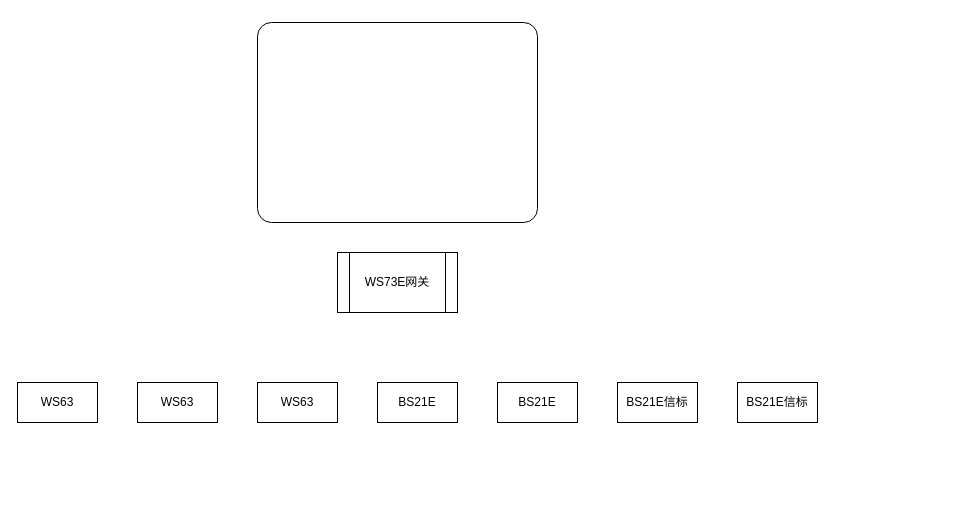
Earlier version of the draw.io diagram 一对多展品设计.drawio (GaoXiaoLon/DrawIO). Source tidied: cells renumbered, new cells numbered last; positions are measured from the earlier drawing's top-left corner, leaving out a move shared by most shapes. Both pictures are drawn from the tidied source at 100%, with x=0, y=0 at pixel (17, 22). Pictures stored in the file or linked from it are replaced by grey dashed boxes.
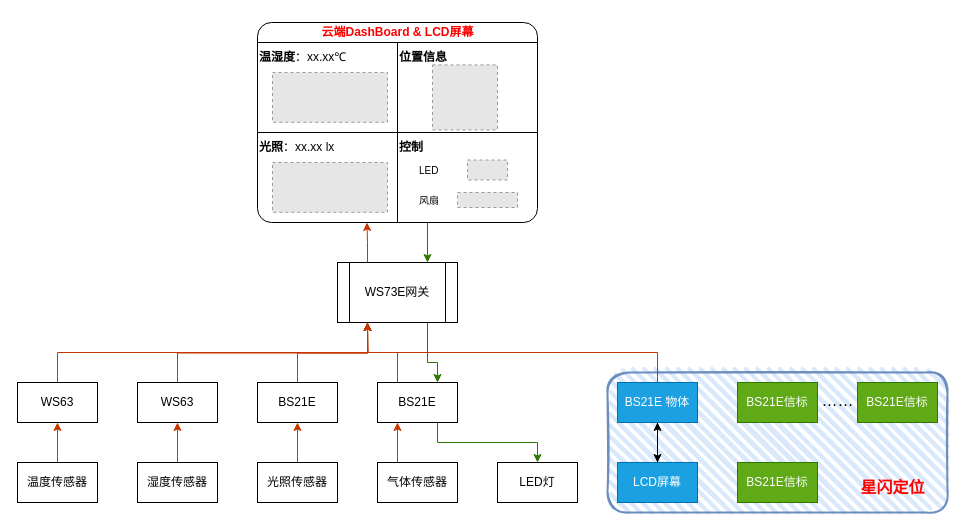
The same diagram, later.

Commit message (it also covers changes not shown here):
更新一对多展品设计.drawio

Diff of the diagram source:
```diff
@@
+    <mxCell id="11" style="rounded=1;whiteSpace=wrap;html=1;strokeWidth=2;fillWeight=4;hachureGap=8;hachureAngle=45;fillColor=#dae8fc;sketch=1;strokeColor=#6c8ebf;" parent="1" vertex="1">
+      <mxGeometry x="590" y="350" width="340" height="140" as="geometry" />
+    </mxCell>
+    <mxCell id="12" style="edgeStyle=orthogonalEdgeStyle;rounded=0;jettySize=auto;html=1;exitX=0.607;exitY=0.998;exitDx=0;exitDy=0;entryX=0.75;entryY=0;entryDx=0;entryDy=0;exitPerimeter=0;fillColor=#60a917;strokeColor=#2D7600;" parent="1" edge="1" source="2" target="3">
+      <mxGeometry relative="1" as="geometry" />
+    </mxCell>
-    <mxCell id="2" style="rounded=1;whiteSpace=wrap;html=1;arcSize=7;verticalAlign=top;" parent="1" vertex="1">
+    <mxCell id="2" style="rounded=1;whiteSpace=wrap;html=1;arcSize=7;verticalAlign=top;points=[[0,0,0,0,0],[0,0.05,0,0,0],[0,0.1,0,0,0],[0,0.15,0,0,0],[0,0.2,0,0,0],[0,0.25,0,0,0],[0,0.3,0,0,0],[0,0.35,0,0,0],[0,0.4,0,0,0],[0,0.45,0,0,0],[0,0.5,0,0,0],[0,0.55,0,0,0],[0,0.6,0,0,0],[0,0.65,0,0,0],[0,0.7,0,0,0],[0,0.75,0,0,0],[0,0.8,0,0,0],[0,0.85,0,0,0],[0,0.9,0,0,0],[0,0.95,0,0,0],[0,1,0,0,0],[0.04,0,0,0,0],[0.04,1,0,0,0],[0.07,0,0,0,0],[0.07,1,0,0,0],[0.11,0,0,0,0],[0.11,1,0,0,0],[0.14,0,0,0,0],[0.14,1,0,0,0],[0.18,0,0,0,0],[0.18,1,0,0,0],[0.21,0,0,0,0],[0.21,1,0,0,0],[0.25,0,0,0,0],[0.25,1,0,0,0],[0.29,0,0,0,0],[0.29,1,0,0,0],[0.32,0,0,0,0],[0.32,1,0,0,0],[0.36,0,0,0,0],[0.36,1,0,0,0],[0.39,0,0,0,0],[0.39,1,0,0,0],[0.43,0,0,0,0],[0.43,1,0,0,0],[0.46,0,0,0,0],[0.46,1,0,0,0],[0.5,0,0,0,0],[0.5,1,0,0,0],[0.54,0,0,0,0],[0.54,1,0,0,0],[0.57,0,0,0,0],[0.57,1,0,0,0],[0.61,0,0,0,0],[0.61,1,0,0,0],[0.64,0,0,0,0],[0.64,1,0,0,0],[0.68,0,0,0,0],[0.68,1,0,0,0],[0.71,0,0,0,0],[0.71,1,0,0,0],[0.75,0,0,0,0],[0.75,1,0,0,0],[0.79,0,0,0,0],[0.79,1,0,0,0],[0.82,0,0,0,0],[0.82,1,0,0,0],[0.86,0,0,0,0],[0.86,1,0,0,0],[0.89,0,0,0,0],[0.89,1,0,0,0],[0.93,0,0,0,0],[0.93,1,0,0,0],[0.96,0,0,0,0],[0.96,1,0,0,0],[1,0,0,0,0],[1,0.05,0,0,0],[1,0.1,0,0,0],[1,0.15,0,0,0],[1,0.2,0,0,0],[1,0.25,0,0,0],[1,0.3,0,0,0],[1,0.35,0,0,0],[1,0.4,0,0,0],[1,0.45,0,0,0],[1,0.5,0,0,0],[1,0.55,0,0,0],[1,0.6,0,0,0],[1,0.65,0,0,0],[1,0.7,0,0,0],[1,0.75,0,0,0],[1,0.8,0,0,0],[1,0.85,0,0,0],[1,0.9,0,0,0],[1,0.95,0,0,0],[1,1,0,0,0]];" parent="1" vertex="1">
       <mxGeometry x="240" width="280" height="200" as="geometry" />
     </mxCell>
+    <mxCell id="13" style="edgeStyle=orthogonalEdgeStyle;rounded=0;jettySize=auto;html=1;exitX=0.75;exitY=1;exitDx=0;exitDy=0;entryX=0.75;entryY=0;entryDx=0;entryDy=0;fillColor=#60a917;strokeColor=#2D7600;" parent="1" edge="1" source="3" target="8">
+      <mxGeometry relative="1" as="geometry">
+        <Array as="points">
+          <mxPoint x="410" y="340" />
+          <mxPoint x="420" y="340" />
+        </Array>
+      </mxGeometry>
+    </mxCell>
     <mxCell id="3" value="WS73E网关" style="shape=process;whiteSpace=wrap;html=1;backgroundOutline=1;" parent="1" vertex="1">
-      <mxGeometry x="320" y="230" width="120" height="60" as="geometry" />
+      <mxGeometry x="320" y="240" width="120" height="60" as="geometry" />
     </mxCell>
-    <mxCell id="4" value="WS63" style="rounded=0;whiteSpace=wrap;html=1;" parent="1" vertex="1">
-      <mxGeometry y="360" width="80" height="40" as="geometry" />
-    </mxCell>
+    <mxCell id="14" style="edgeStyle=orthogonalEdgeStyle;rounded=0;jettySize=auto;html=1;exitX=0.5;exitY=0;exitDx=0;exitDy=0;entryX=0.25;entryY=1;entryDx=0;entryDy=0;fillColor=#fa6800;strokeColor=#C73500;" parent="1" edge="1" source="5" target="3">
+      <mxGeometry relative="1" as="geometry" />
+    </mxCell>
     <mxCell id="5" value="WS63" style="rounded=0;whiteSpace=wrap;html=1;" parent="1" vertex="1">
-      <mxGeometry x="120" y="360" width="80" height="40" as="geometry" />
+      <mxGeometry y="360" width="80" height="40" as="geometry" />
     </mxCell>
+    <mxCell id="15" style="edgeStyle=orthogonalEdgeStyle;rounded=0;jettySize=auto;html=1;exitX=0.5;exitY=0;exitDx=0;exitDy=0;fillColor=#fa6800;strokeColor=#C73500;" parent="1" edge="1" source="6">
+      <mxGeometry relative="1" as="geometry">
+        <mxPoint x="350" y="300" as="targetPoint" />
+      </mxGeometry>
+    </mxCell>
     <mxCell id="6" value="WS63" style="rounded=0;whiteSpace=wrap;html=1;" parent="1" vertex="1">
-      <mxGeometry x="240" y="360" width="80" height="40" as="geometry" />
+      <mxGeometry x="120" y="360" width="80" height="40" as="geometry" />
     </mxCell>
+    <mxCell id="16" style="edgeStyle=orthogonalEdgeStyle;rounded=0;jettySize=auto;html=1;exitX=0.5;exitY=0;exitDx=0;exitDy=0;fillColor=#fa6800;strokeColor=#C73500;" parent="1" edge="1" source="7">
+      <mxGeometry relative="1" as="geometry">
+        <mxPoint x="350" y="300" as="targetPoint" />
+      </mxGeometry>
+    </mxCell>
     <mxCell id="7" value="BS21E" style="rounded=0;whiteSpace=wrap;html=1;" parent="1" vertex="1">
-      <mxGeometry x="360" y="360" width="80" height="40" as="geometry" />
+      <mxGeometry x="240" y="360" width="80" height="40" as="geometry" />
     </mxCell>
+    <mxCell id="17" style="edgeStyle=orthogonalEdgeStyle;rounded=0;jettySize=auto;html=1;exitX=0.75;exitY=1;exitDx=0;exitDy=0;entryX=0.5;entryY=0;entryDx=0;entryDy=0;fillColor=#60a917;strokeColor=#2D7600;" parent="1" edge="1" source="8" target="25">
+      <mxGeometry relative="1" as="geometry" />
+    </mxCell>
+    <mxCell id="18" style="edgeStyle=orthogonalEdgeStyle;rounded=0;jettySize=auto;html=1;exitX=0.25;exitY=0;exitDx=0;exitDy=0;entryX=0.25;entryY=1;entryDx=0;entryDy=0;fillColor=#fa6800;strokeColor=#C73500;" parent="1" edge="1" source="8" target="3">
+      <mxGeometry relative="1" as="geometry" />
+    </mxCell>
     <mxCell id="8" value="BS21E" style="rounded=0;whiteSpace=wrap;html=1;" parent="1" vertex="1">
-      <mxGeometry x="480" y="360" width="80" height="40" as="geometry" />
+      <mxGeometry x="360" y="360" width="80" height="40" as="geometry" />
     </mxCell>
-    <mxCell id="9" value="BS21E信标" style="rounded=0;whiteSpace=wrap;html=1;" parent="1" vertex="1">
-      <mxGeometry x="600" y="360" width="80" height="40" as="geometry" />
+    <mxCell id="9" value="BS21E信标" style="rounded=0;whiteSpace=wrap;html=1;fillColor=#60a917;fontColor=#ffffff;strokeColor=#2D7600;" parent="1" vertex="1">
+      <mxGeometry x="720" y="360" width="80" height="40" as="geometry" />
     </mxCell>
-    <mxCell id="10" value="BS21E信标" style="rounded=0;whiteSpace=wrap;html=1;" parent="1" vertex="1">
-      <mxGeometry x="720" y="360" width="80" height="40" as="geometry" />
+    <mxCell id="10" value="BS21E信标" style="rounded=0;whiteSpace=wrap;html=1;fillColor=#60a917;fontColor=#ffffff;strokeColor=#2D7600;" parent="1" vertex="1">
+      <mxGeometry x="840" y="360" width="80" height="40" as="geometry" />
     </mxCell>
+    <mxCell id="19" style="edgeStyle=orthogonalEdgeStyle;rounded=0;jettySize=auto;html=1;exitX=0.5;exitY=0;exitDx=0;exitDy=0;entryX=0.5;entryY=1;entryDx=0;entryDy=0;fillColor=#fa6800;strokeColor=#C73500;" parent="1" edge="1" source="20" target="5">
+      <mxGeometry relative="1" as="geometry" />
+    </mxCell>
+    <mxCell id="20" value="温度传感器" style="rounded=0;whiteSpace=wrap;html=1;" parent="1" vertex="1">
+      <mxGeometry y="440" width="80" height="40" as="geometry" />
+    </mxCell>
+    <mxCell id="21" style="edgeStyle=orthogonalEdgeStyle;rounded=0;jettySize=auto;html=1;exitX=0.5;exitY=0;exitDx=0;exitDy=0;entryX=0.5;entryY=1;entryDx=0;entryDy=0;fillColor=#fa6800;strokeColor=#C73500;" parent="1" edge="1" source="22" target="6">
+      <mxGeometry relative="1" as="geometry" />
+    </mxCell>
+    <mxCell id="22" value="湿度传感器" style="rounded=0;whiteSpace=wrap;html=1;" parent="1" vertex="1">
+      <mxGeometry x="120" y="440" width="80" height="40" as="geometry" />
+    </mxCell>
+    <mxCell id="23" style="edgeStyle=orthogonalEdgeStyle;rounded=0;jettySize=auto;html=1;exitX=0.5;exitY=0;exitDx=0;exitDy=0;entryX=0.5;entryY=1;entryDx=0;entryDy=0;fillColor=#fa6800;strokeColor=#C73500;" parent="1" edge="1" source="24" target="7">
+      <mxGeometry relative="1" as="geometry" />
+    </mxCell>
+    <mxCell id="24" value="光照传感器" style="rounded=0;whiteSpace=wrap;html=1;" parent="1" vertex="1">
+      <mxGeometry x="240" y="440" width="80" height="40" as="geometry" />
+    </mxCell>
+    <mxCell id="25" value="LED灯" style="rounded=0;whiteSpace=wrap;html=1;" parent="1" vertex="1">
+      <mxGeometry x="480" y="440" width="80" height="40" as="geometry" />
+    </mxCell>
+    <mxCell id="26" value="……" style="text;html=1;align=center;verticalAlign=middle;strokeColor=none;fillColor=none;fontSize=16;" parent="1" vertex="1">
+      <mxGeometry x="790" y="363" width="60" height="30" as="geometry" />
+    </mxCell>
+    <mxCell id="27" style="edgeStyle=orthogonalEdgeStyle;rounded=0;jettySize=auto;html=1;exitX=0.5;exitY=1;exitDx=0;exitDy=0;entryX=0.5;entryY=0;entryDx=0;entryDy=0;" parent="1" edge="1" source="29" target="31">
+      <mxGeometry relative="1" as="geometry" />
+    </mxCell>
+    <mxCell id="28" style="edgeStyle=orthogonalEdgeStyle;rounded=0;jettySize=auto;html=1;exitX=0.5;exitY=0;exitDx=0;exitDy=0;entryX=0.25;entryY=1;entryDx=0;entryDy=0;fillColor=#fa6800;strokeColor=#C73500;" parent="1" edge="1" source="29" target="3">
+      <mxGeometry relative="1" as="geometry" />
+    </mxCell>
+    <mxCell id="29" value="BS21E 物体" style="rounded=0;whiteSpace=wrap;html=1;fillColor=#1ba1e2;fontColor=#ffffff;strokeColor=#006EAF;" parent="1" vertex="1">
+      <mxGeometry x="600" y="360" width="80" height="40" as="geometry" />
+    </mxCell>
+    <mxCell id="30" style="edgeStyle=orthogonalEdgeStyle;rounded=0;jettySize=auto;html=1;exitX=0.5;exitY=0;exitDx=0;exitDy=0;entryX=0.5;entryY=1;entryDx=0;entryDy=0;" parent="1" edge="1" source="31" target="29">
+      <mxGeometry relative="1" as="geometry" />
+    </mxCell>
+    <mxCell id="31" value="LCD屏幕" style="rounded=0;whiteSpace=wrap;html=1;fillColor=#1ba1e2;fontColor=#ffffff;strokeColor=#006EAF;" parent="1" vertex="1">
+      <mxGeometry x="600" y="440" width="80" height="40" as="geometry" />
+    </mxCell>
+    <mxCell id="32" style="edgeStyle=orthogonalEdgeStyle;rounded=0;jettySize=auto;html=1;exitX=0.25;exitY=0;exitDx=0;exitDy=0;entryX=0.25;entryY=1;entryDx=0;entryDy=0;fillColor=#fa6800;strokeColor=#C73500;" parent="1" edge="1" source="33" target="8">
+      <mxGeometry relative="1" as="geometry" />
+    </mxCell>
+    <mxCell id="33" value="气体传感器" style="rounded=0;whiteSpace=wrap;html=1;" parent="1" vertex="1">
+      <mxGeometry x="360" y="440" width="80" height="40" as="geometry" />
+    </mxCell>
+    <mxCell id="34" value="BS21E信标" style="rounded=0;whiteSpace=wrap;html=1;fillColor=#60a917;fontColor=#ffffff;strokeColor=#2D7600;" parent="1" vertex="1">
+      <mxGeometry x="720" y="440" width="80" height="40" as="geometry" />
+    </mxCell>
+    <mxCell id="35" value="星闪定位" style="text;html=1;align=center;verticalAlign=middle;strokeColor=none;fillColor=none;fontColor=light-dark(#ff0000, #131313);fontSize=16;fontStyle=1;" parent="1" vertex="1">
+      <mxGeometry x="830" y="450" width="90" height="30" as="geometry" />
+    </mxCell>
+    <mxCell id="36" style="edgeStyle=orthogonalEdgeStyle;rounded=0;jettySize=auto;html=1;exitX=0.25;exitY=0;exitDx=0;exitDy=0;entryX=0.391;entryY=1;entryDx=0;entryDy=0;entryPerimeter=0;fillColor=#fa6800;strokeColor=#C73500;" parent="1" edge="1" source="3" target="2">
+      <mxGeometry relative="1" as="geometry" />
+    </mxCell>
+    <mxCell id="37" style="endArrow=none;html=1;rounded=0;entryX=1;entryY=0.1;entryDx=0;entryDy=0;entryPerimeter=0;exitX=0;exitY=0.1;exitDx=0;exitDy=0;exitPerimeter=0;" parent="1" edge="1" source="2" target="2">
+      <mxGeometry relative="1" as="geometry" />
+    </mxCell>
+    <mxCell id="38" style="endArrow=none;html=1;rounded=0;entryX=0;entryY=0.55;entryDx=0;entryDy=0;entryPerimeter=0;exitX=1;exitY=0.55;exitDx=0;exitDy=0;exitPerimeter=0;" parent="1" edge="1" source="2" target="2">
+      <mxGeometry relative="1" as="geometry" />
+    </mxCell>
+    <mxCell id="39" style="endArrow=none;html=1;rounded=0;entryX=0.5;entryY=1;entryDx=0;entryDy=0;entryPerimeter=0;" parent="1" edge="1" target="2">
+      <mxGeometry relative="1" as="geometry">
+        <mxPoint x="380" y="20" as="sourcePoint" />
+      </mxGeometry>
+    </mxCell>
+    <mxCell id="40" value="&lt;b&gt;温湿度&lt;/b&gt;：xx.xx℃" style="text;html=1;align=left;verticalAlign=middle;strokeColor=none;fillColor=none;" parent="1" vertex="1">
+      <mxGeometry x="240" y="20" width="110" height="30" as="geometry" />
+    </mxCell>
+    <mxCell id="41" value="&lt;b&gt;位置信息&lt;/b&gt;" style="text;html=1;align=left;verticalAlign=middle;strokeColor=none;fillColor=none;" parent="1" vertex="1">
+      <mxGeometry x="380" y="20" width="70" height="30" as="geometry" />
+    </mxCell>
+    <mxCell id="42" value="&lt;b&gt;光照&lt;/b&gt;：xx.xx lx" style="text;html=1;align=left;verticalAlign=middle;strokeColor=none;fillColor=none;" parent="1" vertex="1">
+      <mxGeometry x="240" y="110" width="100" height="30" as="geometry" />
+    </mxCell>
+    <mxCell id="43" value="&lt;b&gt;控制&lt;/b&gt;" style="text;html=1;align=left;verticalAlign=middle;strokeColor=none;fillColor=none;" parent="1" vertex="1">
+      <mxGeometry x="380" y="110" width="50" height="30" as="geometry" />
+    </mxCell>
+    <mxCell id="44" style="fillColor=#E6E6E6;strokeColor=#999999;dashed=1;verticalLabelPosition=bottom;labelBackgroundColor=default;verticalAlign=top;" parent="1" vertex="1">
+      <mxGeometry x="450" y="137.5" width="40" height="20" as="geometry" />
+    </mxCell>
+    <mxCell id="45" value="LED" style="text;html=1;align=left;verticalAlign=middle;strokeColor=none;fillColor=none;fontSize=10;" parent="1" vertex="1">
+      <mxGeometry x="400" y="132.5" width="40" height="30" as="geometry" />
+    </mxCell>
+    <mxCell id="46" value="风扇" style="text;html=1;align=left;verticalAlign=middle;strokeColor=none;fillColor=none;fontSize=10;" parent="1" vertex="1">
+      <mxGeometry x="400" y="162.5" width="40" height="30" as="geometry" />
+    </mxCell>
+    <mxCell id="47" style="fillColor=#E6E6E6;strokeColor=#999999;dashed=1;verticalLabelPosition=bottom;labelBackgroundColor=default;verticalAlign=top;" parent="1" vertex="1">
+      <mxGeometry x="440" y="170" width="60" height="15" as="geometry" />
+    </mxCell>
+    <mxCell id="48" style="fillColor=#E6E6E6;strokeColor=#999999;dashed=1;verticalLabelPosition=bottom;labelBackgroundColor=default;verticalAlign=top;" parent="1" vertex="1">
+      <mxGeometry x="255" y="50" width="115" height="49.8" as="geometry" />
+    </mxCell>
+    <mxCell id="49" style="fillColor=#E6E6E6;strokeColor=#999999;dashed=1;verticalLabelPosition=bottom;labelBackgroundColor=default;verticalAlign=top;" parent="1" vertex="1">
+      <mxGeometry x="255" y="140" width="115" height="49.8" as="geometry" />
+    </mxCell>
+    <mxCell id="50" value="云端DashBoard &amp;amp; LCD屏幕" style="text;html=1;align=center;verticalAlign=middle;strokeColor=none;fillColor=none;fontColor=light-dark(#ff0000, #131313);fontStyle=1;" parent="1" vertex="1">
+      <mxGeometry x="295" y="-5" width="170" height="30" as="geometry" />
+    </mxCell>
+    <mxCell id="51" style="fillColor=#E6E6E6;strokeColor=#999999;dashed=1;verticalLabelPosition=bottom;labelBackgroundColor=default;verticalAlign=top;" parent="1" vertex="1">
+      <mxGeometry x="415" y="42.4" width="65" height="65" as="geometry" />
+    </mxCell>
```
